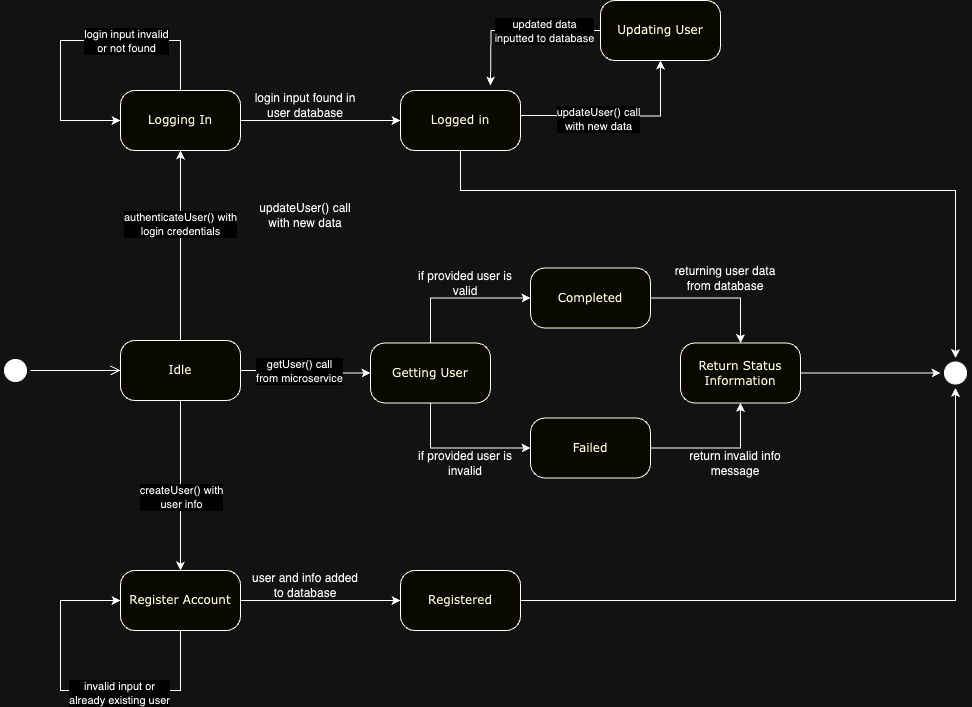
This is diagrams/User_Managment_SD.drawio.png from uvic-teach/project-m1-team6, a draw.io export, as it was before one commit. Source tidied: cells renumbered, new cells last; positions are measured from the earlier drawing's top-left corner, leaving out a move shared by most shapes.
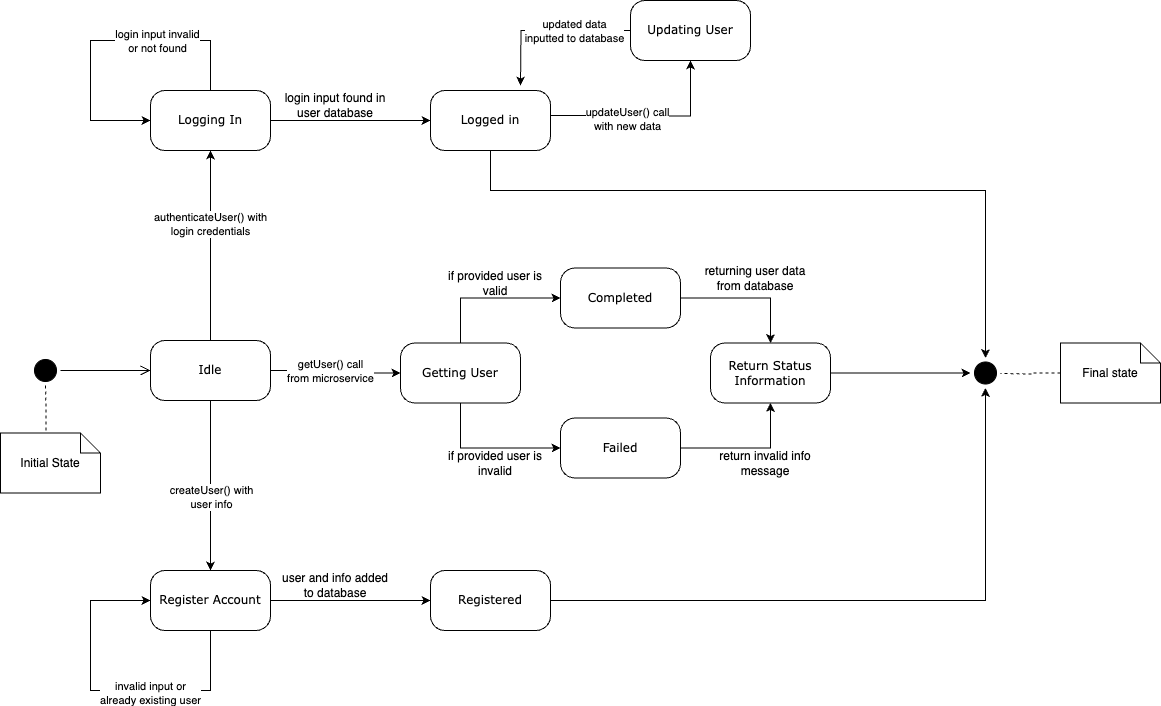
The same diagram one commit later.

Commit message:
Updated User_Managment_SD

What changed in the source:
```diff
@@ -27,7 +27,7 @@
         <mxPoint y="1" as="offset" />
       </mxGeometry>
     </mxCell>
-    <mxCell id="9" value="Idle" style="rounded=1;whiteSpace=wrap;html=1;arcSize=24;fillColor=#ffffc0;strokeColor=#000000;shadow=0;comic=0;labelBackgroundColor=none;fontFamily=Verdana;fontSize=12;fontColor=#000000;align=center;" parent="1" vertex="1">
+    <mxCell id="9" value="Idle" style="rounded=1;whiteSpace=wrap;html=1;arcSize=24;shadow=0;comic=0;labelBackgroundColor=none;fontFamily=Verdana;fontSize=12;align=center;" parent="1" vertex="1">
       <mxGeometry x="120" y="340" width="120" height="60" as="geometry" />
     </mxCell>
     <mxCell id="10" style="edgeStyle=orthogonalEdgeStyle;html=1;labelBackgroundColor=none;endArrow=open;endSize=8;strokeColor=#000000;fontFamily=Verdana;fontSize=12;align=left;" parent="1" edge="1" source="2" target="9">
@@ -47,7 +47,7 @@
         </Array>
       </mxGeometry>
     </mxCell>
-    <mxCell id="13" value="Getting User" style="rounded=1;whiteSpace=wrap;html=1;arcSize=24;fillColor=#ffffc0;strokeColor=#000000;shadow=0;comic=0;labelBackgroundColor=none;fontFamily=Verdana;fontSize=12;fontColor=#000000;align=center;" parent="1" vertex="1">
+    <mxCell id="13" value="Getting User" style="rounded=1;whiteSpace=wrap;html=1;arcSize=24;shadow=0;comic=0;labelBackgroundColor=none;fontFamily=Verdana;fontSize=12;align=center;" parent="1" vertex="1">
       <mxGeometry x="370" y="342.5" width="120" height="60" as="geometry" />
     </mxCell>
     <mxCell id="14" style="edgeStyle=orthogonalEdgeStyle;rounded=0;jettySize=auto;html=1;entryX=0;entryY=0.5;entryDx=0;entryDy=0;" parent="1" edge="1" source="15" target="30">
@@ -58,10 +58,10 @@
         </Array>
       </mxGeometry>
     </mxCell>
-    <mxCell id="15" value="Logging In" style="rounded=1;whiteSpace=wrap;html=1;arcSize=24;fillColor=#ffffc0;strokeColor=#000000;shadow=0;comic=0;labelBackgroundColor=none;fontFamily=Verdana;fontSize=12;fontColor=#000000;align=center;" parent="1" vertex="1">
+    <mxCell id="15" value="Logging In" style="rounded=1;whiteSpace=wrap;html=1;arcSize=24;shadow=0;comic=0;labelBackgroundColor=none;fontFamily=Verdana;fontSize=12;align=center;" parent="1" vertex="1">
       <mxGeometry x="120" y="90" width="120" height="60" as="geometry" />
     </mxCell>
-    <mxCell id="16" value="Register Account" style="rounded=1;whiteSpace=wrap;html=1;arcSize=24;fillColor=#ffffc0;strokeColor=#000000;shadow=0;comic=0;labelBackgroundColor=none;fontFamily=Verdana;fontSize=12;fontColor=#000000;align=center;" parent="1" vertex="1">
+    <mxCell id="16" value="Register Account" style="rounded=1;whiteSpace=wrap;html=1;arcSize=24;shadow=0;comic=0;labelBackgroundColor=none;fontFamily=Verdana;fontSize=12;align=center;" parent="1" vertex="1">
       <mxGeometry x="120" y="570" width="120" height="60" as="geometry" />
     </mxCell>
     <mxCell id="17" style="ellipse;html=1;shape=startState;fillColor=#000000;strokeColor=#000000;rounded=1;shadow=0;comic=0;labelBackgroundColor=none;fontFamily=Verdana;fontSize=12;fontColor=#000000;align=center;direction=south;" parent="1" vertex="1">
@@ -70,19 +70,16 @@
     <mxCell id="18" value="returning user data from database" style="text;html=1;strokeColor=none;fillColor=none;align=center;verticalAlign=middle;whiteSpace=wrap;rounded=0;" parent="1" vertex="1">
       <mxGeometry x="670" y="262.5" width="110" height="30" as="geometry" />
     </mxCell>
-    <mxCell id="19" value="updateUser() call with new data" style="text;html=1;strokeColor=none;fillColor=none;align=center;verticalAlign=middle;whiteSpace=wrap;rounded=0;" parent="1" vertex="1">
-      <mxGeometry x="250" y="200" width="110" height="30" as="geometry" />
-    </mxCell>
     <mxCell id="20" style="edgeStyle=orthogonalEdgeStyle;rounded=0;jettySize=auto;html=1;entryX=0.5;entryY=1;entryDx=0;entryDy=0;" parent="1" edge="1" source="21" target="25">
       <mxGeometry relative="1" as="geometry" />
     </mxCell>
-    <mxCell id="21" value="Failed" style="rounded=1;whiteSpace=wrap;html=1;arcSize=24;fillColor=#ffffc0;strokeColor=#000000;shadow=0;comic=0;labelBackgroundColor=none;fontFamily=Verdana;fontSize=12;fontColor=#000000;align=center;" parent="1" vertex="1">
+    <mxCell id="21" value="Failed" style="rounded=1;whiteSpace=wrap;html=1;arcSize=24;shadow=0;comic=0;labelBackgroundColor=none;fontFamily=Verdana;fontSize=12;align=center;" parent="1" vertex="1">
       <mxGeometry x="530" y="417.5" width="120" height="60" as="geometry" />
     </mxCell>
     <mxCell id="22" style="edgeStyle=orthogonalEdgeStyle;rounded=0;jettySize=auto;html=1;entryX=0.5;entryY=0;entryDx=0;entryDy=0;" parent="1" edge="1" source="23" target="25">
       <mxGeometry relative="1" as="geometry" />
     </mxCell>
-    <mxCell id="23" value="Completed" style="rounded=1;whiteSpace=wrap;html=1;arcSize=24;fillColor=#ffffc0;strokeColor=#000000;shadow=0;comic=0;labelBackgroundColor=none;fontFamily=Verdana;fontSize=12;fontColor=#000000;align=center;" parent="1" vertex="1">
+    <mxCell id="23" value="Completed" style="rounded=1;whiteSpace=wrap;html=1;arcSize=24;shadow=0;comic=0;labelBackgroundColor=none;fontFamily=Verdana;fontSize=12;align=center;" parent="1" vertex="1">
       <mxGeometry x="530" y="267.5" width="120" height="60" as="geometry" />
     </mxCell>
     <mxCell id="24" style="edgeStyle=orthogonalEdgeStyle;rounded=0;jettySize=auto;html=1;" parent="1" edge="1" source="25">
@@ -90,7 +87,7 @@
         <mxPoint x="940" y="372.5" as="targetPoint" />
       </mxGeometry>
     </mxCell>
-    <mxCell id="25" value="Return Status Information" style="rounded=1;whiteSpace=wrap;html=1;arcSize=24;fillColor=#ffffc0;strokeColor=#000000;shadow=0;comic=0;labelBackgroundColor=none;fontFamily=Verdana;fontSize=12;fontColor=#000000;align=center;" parent="1" vertex="1">
+    <mxCell id="25" value="Return Status Information" style="rounded=1;whiteSpace=wrap;html=1;arcSize=24;shadow=0;comic=0;labelBackgroundColor=none;fontFamily=Verdana;fontSize=12;align=center;" parent="1" vertex="1">
       <mxGeometry x="680" y="342.5" width="120" height="60" as="geometry" />
     </mxCell>
     <mxCell id="26" value="if provided user is invalid" style="text;html=1;strokeColor=none;fillColor=none;align=center;verticalAlign=middle;whiteSpace=wrap;rounded=0;" parent="1" vertex="1">
@@ -110,7 +107,7 @@
         </Array>
       </mxGeometry>
     </mxCell>
-    <mxCell id="30" value="Logged in" style="rounded=1;whiteSpace=wrap;html=1;arcSize=24;fillColor=#ffffc0;strokeColor=#000000;shadow=0;comic=0;labelBackgroundColor=none;fontFamily=Verdana;fontSize=12;fontColor=#000000;align=center;" parent="1" vertex="1">
+    <mxCell id="30" value="Logged in" style="rounded=1;whiteSpace=wrap;html=1;arcSize=24;shadow=0;comic=0;labelBackgroundColor=none;fontFamily=Verdana;fontSize=12;align=center;" parent="1" vertex="1">
       <mxGeometry x="400" y="90" width="120" height="60" as="geometry" />
     </mxCell>
     <mxCell id="31" value="login input found in user database" style="text;html=1;strokeColor=none;fillColor=none;align=center;verticalAlign=middle;whiteSpace=wrap;rounded=0;" parent="1" vertex="1">
@@ -140,7 +137,7 @@
     <mxCell id="35" style="edgeStyle=orthogonalEdgeStyle;rounded=0;jettySize=auto;html=1;entryX=1;entryY=0.5;entryDx=0;entryDy=0;" parent="1" edge="1" source="36" target="17">
       <mxGeometry relative="1" as="geometry" />
     </mxCell>
-    <mxCell id="36" value="Registered" style="rounded=1;whiteSpace=wrap;html=1;arcSize=24;fillColor=#ffffc0;strokeColor=#000000;shadow=0;comic=0;labelBackgroundColor=none;fontFamily=Verdana;fontSize=12;fontColor=#000000;align=center;" parent="1" vertex="1">
+    <mxCell id="36" value="Registered" style="rounded=1;whiteSpace=wrap;html=1;arcSize=24;shadow=0;comic=0;labelBackgroundColor=none;fontFamily=Verdana;fontSize=12;align=center;" parent="1" vertex="1">
       <mxGeometry x="400" y="570" width="120" height="60" as="geometry" />
     </mxCell>
     <mxCell id="37" value="user and info added to database" style="text;html=1;strokeColor=none;fillColor=none;align=center;verticalAlign=middle;whiteSpace=wrap;rounded=0;" parent="1" vertex="1">
@@ -174,8 +171,24 @@
     <mxCell id="43" value="updated data &lt;br&gt;inputted to database" style="edgeLabel;html=1;align=center;verticalAlign=middle;" parent="42" vertex="1">
       <mxGeometry x="-0.31" relative="1" as="geometry" />
     </mxCell>
-    <mxCell id="44" value="Updating User" style="rounded=1;whiteSpace=wrap;html=1;arcSize=24;fillColor=#ffffc0;strokeColor=#000000;shadow=0;comic=0;labelBackgroundColor=none;fontFamily=Verdana;fontSize=12;fontColor=#000000;align=center;" parent="1" vertex="1">
+    <mxCell id="44" value="Updating User" style="rounded=1;whiteSpace=wrap;html=1;arcSize=24;shadow=0;comic=0;labelBackgroundColor=none;fontFamily=Verdana;fontSize=12;align=center;" parent="1" vertex="1">
       <mxGeometry x="600" width="120" height="60" as="geometry" />
     </mxCell>
+    <mxCell id="45" style="edgeStyle=orthogonalEdgeStyle;rounded=0;jettySize=auto;html=1;entryX=0.454;entryY=0.002;entryDx=0;entryDy=0;endArrow=none;endFill=0;dashed=1;exitX=1;exitY=0.5;exitDx=0;exitDy=0;entryPerimeter=0;" parent="1" edge="1" target="46">
+      <mxGeometry relative="1" as="geometry">
+        <mxPoint x="15" y="385" as="sourcePoint" />
+      </mxGeometry>
+    </mxCell>
+    <mxCell id="46" value="Initial State" style="shape=note;size=20;whiteSpace=wrap;html=1;" parent="1" vertex="1">
+      <mxGeometry x="-30" y="432.5" width="100" height="60" as="geometry" />
+    </mxCell>
+    <mxCell id="47" style="edgeStyle=orthogonalEdgeStyle;rounded=0;jettySize=auto;html=1;entryX=0.5;entryY=0;entryDx=0;entryDy=0;endArrow=none;endFill=0;dashed=1;" parent="1" edge="1" source="48">
+      <mxGeometry relative="1" as="geometry">
+        <mxPoint x="970" y="373" as="targetPoint" />
+      </mxGeometry>
+    </mxCell>
+    <mxCell id="48" value="Final state" style="shape=note;size=20;whiteSpace=wrap;html=1;" parent="1" vertex="1">
+      <mxGeometry x="1030" y="342.5" width="100" height="60" as="geometry" />
+    </mxCell>
   </root>
 </mxGraphModel>
```
